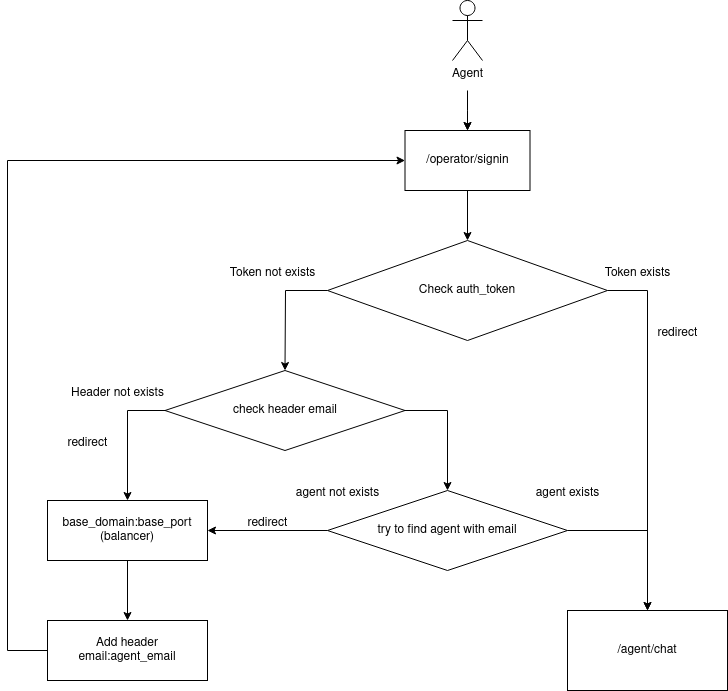
vasiliypozhinskiy/AD_integrations keeps this draw.io diagram as Integration_with_balancer.png. Above is the earlier version. Source tidied: cells renumbered, new cells last; positions are measured from the earlier drawing's top-left corner, leaving out a move shared by most shapes.
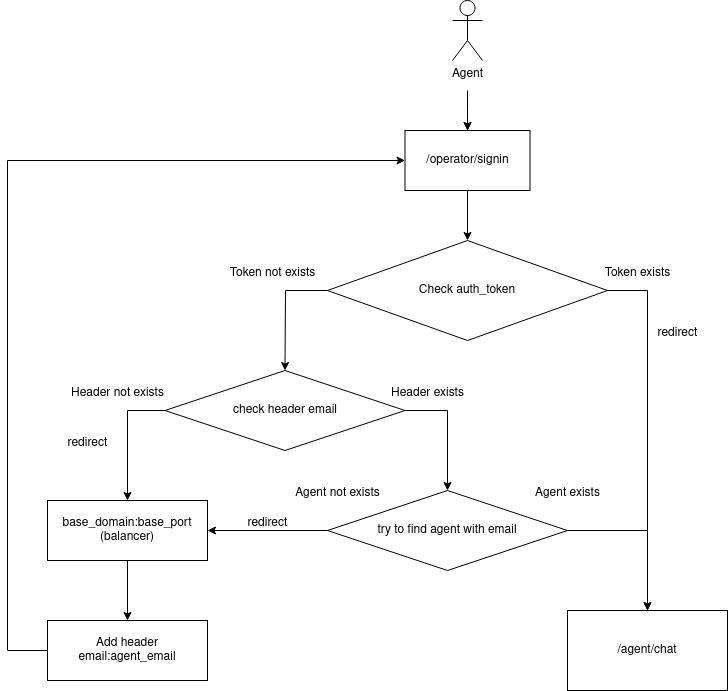
Above is the later version.

Diff of the diagram source:
```diff
@@ -105,17 +105,20 @@
         </Array>
       </mxGeometry>
     </mxCell>
-    <mxCell id="25" value="agent exists" style="text;html=1;align=center;verticalAlign=middle;strokeColor=none;fillColor=none;" parent="1" vertex="1">
+    <mxCell id="25" value="Agent exists" style="text;html=1;align=center;verticalAlign=middle;strokeColor=none;fillColor=none;" parent="1" vertex="1">
       <mxGeometry x="515" y="478" width="90" height="30" as="geometry" />
     </mxCell>
     <mxCell id="26" style="endArrow=classic;html=1;rounded=0;exitX=0;exitY=0.5;exitDx=0;exitDy=0;entryX=1;entryY=0.5;entryDx=0;entryDy=0;" parent="1" edge="1" source="22" target="17">
       <mxGeometry relative="1" as="geometry" />
     </mxCell>
-    <mxCell id="27" value="agent not exists" style="text;html=1;align=center;verticalAlign=middle;strokeColor=none;fillColor=none;" parent="1" vertex="1">
+    <mxCell id="27" value="Agent not exists" style="text;html=1;align=center;verticalAlign=middle;strokeColor=none;fillColor=none;" parent="1" vertex="1">
       <mxGeometry x="275" y="478" width="110" height="30" as="geometry" />
     </mxCell>
     <mxCell id="28" value="redirect" style="text;html=1;align=center;verticalAlign=middle;strokeColor=none;fillColor=none;" parent="1" vertex="1">
       <mxGeometry x="230" y="508" width="60" height="30" as="geometry" />
     </mxCell>
+    <mxCell id="29" value="&lt;div&gt;Header exists&lt;/div&gt;" style="text;html=1;align=center;verticalAlign=middle;strokeColor=none;fillColor=none;" parent="1" vertex="1">
+      <mxGeometry x="370" y="378" width="100" height="30" as="geometry" />
+    </mxCell>
   </root>
 </mxGraphModel>
```
